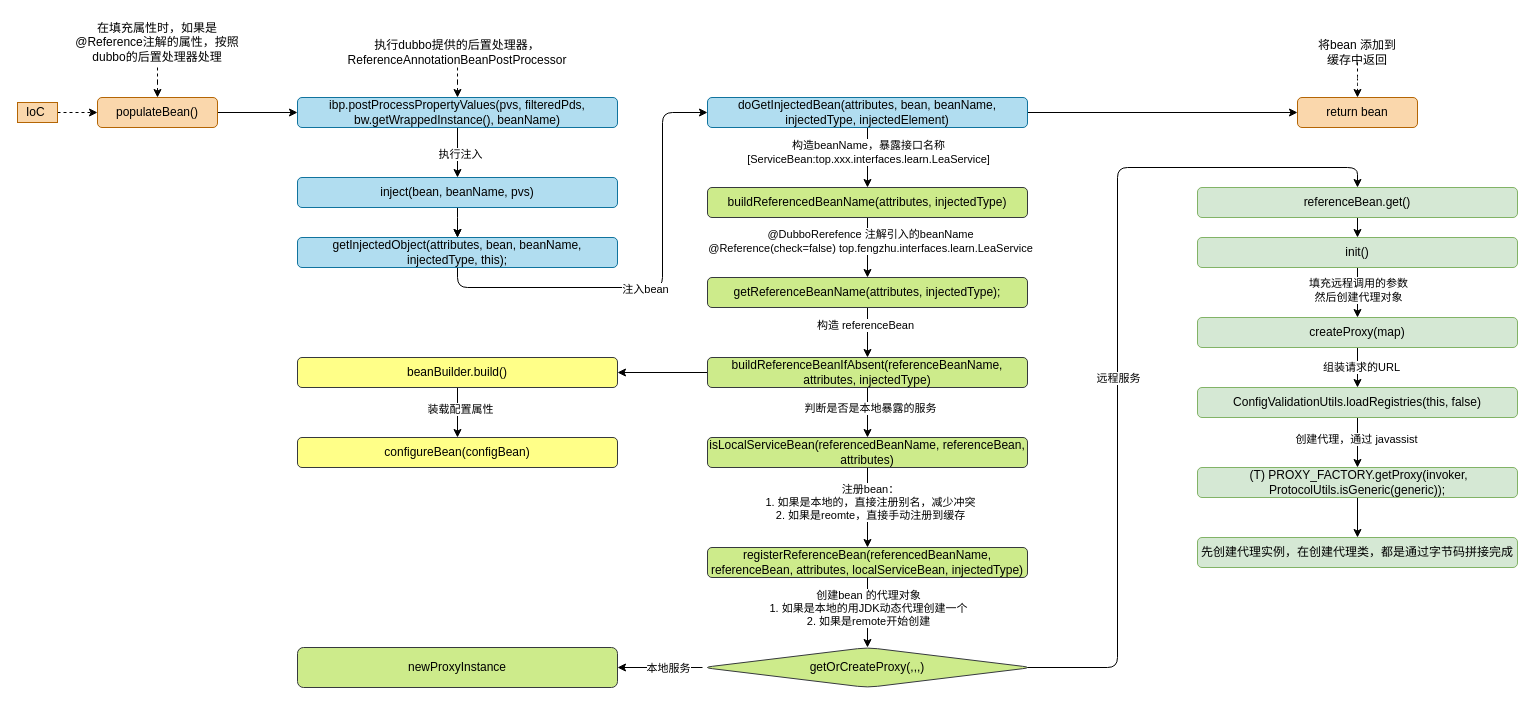
Above: Alibaba/Dubbo-source.drawio in oliverschen/draw.io (draw.io), before the change. Source tidied: cells renumbered, new cells numbered last; positions are measured from the earlier drawing's top-left corner, leaving out a move shared by most shapes. Both pictures are drawn from the tidied source at 100%, with x=0, y=0 at pixel (17, 17).
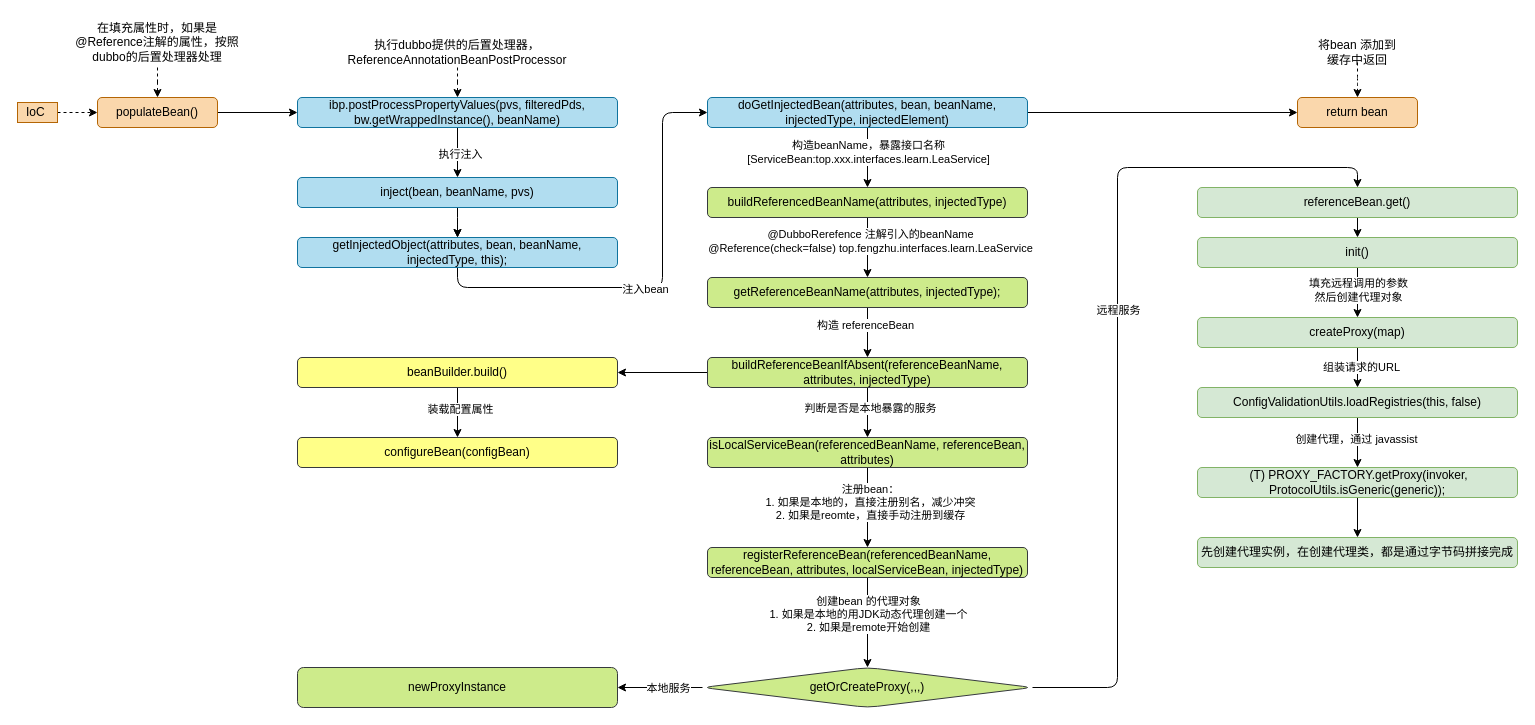
After the change.

The change refers to these unchanged cells:
```xml
<mxCell id="49" value="referenceBean.get()" style="rounded=1;whiteSpace=wrap;html=1;fillColor=#d5e8d4;strokeColor=#82b366;" parent="1" vertex="1">
  <mxGeometry x="1180" y="170" width="320" height="30" as="geometry" />
</mxCell>
```

What changed in the source:
```diff
@@
-    <mxCell id="39" style="edgeStyle=orthogonalEdgeStyle;rounded=1;jettySize=auto;html=1;entryX=0.5;entryY=0;entryDx=0;entryDy=0;" parent="1" edge="1" target="49">
+    <mxCell id="39" style="edgeStyle=orthogonalEdgeStyle;rounded=1;jettySize=auto;html=1;entryX=0.5;entryY=0;entryDx=0;entryDy=0;exitX=1;exitY=0.5;exitDx=0;exitDy=0;" parent="1" edge="1" source="52" target="49">
       <mxGeometry relative="1" as="geometry">
-        <mxPoint x="850" y="650" as="sourcePoint" />
         <Array as="points">
-          <mxPoint x="1100" y="650" />
+          <mxPoint x="1100" y="670" />
           <mxPoint x="1100" y="150" />
           <mxPoint x="1340" y="150" />
         </Array>
       </mxGeometry>
     </mxCell>
@@
     <mxCell id="52" value="&lt;span&gt;getOrCreateProxy(,,,)&lt;/span&gt;" style="rhombus;whiteSpace=wrap;html=1;rounded=1;strokeColor=#36393d;fillColor=#cdeb8b;" parent="1" vertex="1">
-      <mxGeometry x="685" y="630" width="330" height="40" as="geometry" />
+      <mxGeometry x="685" y="650" width="330" height="40" as="geometry" />
     </mxCell>
     <mxCell id="53" value="newProxyInstance" style="whiteSpace=wrap;html=1;rounded=1;strokeColor=#36393d;fillColor=#cdeb8b;" parent="1" vertex="1">
-      <mxGeometry x="280" y="630" width="320" height="40" as="geometry" />
+      <mxGeometry x="280" y="650" width="320" height="40" as="geometry" />
     </mxCell>
```
